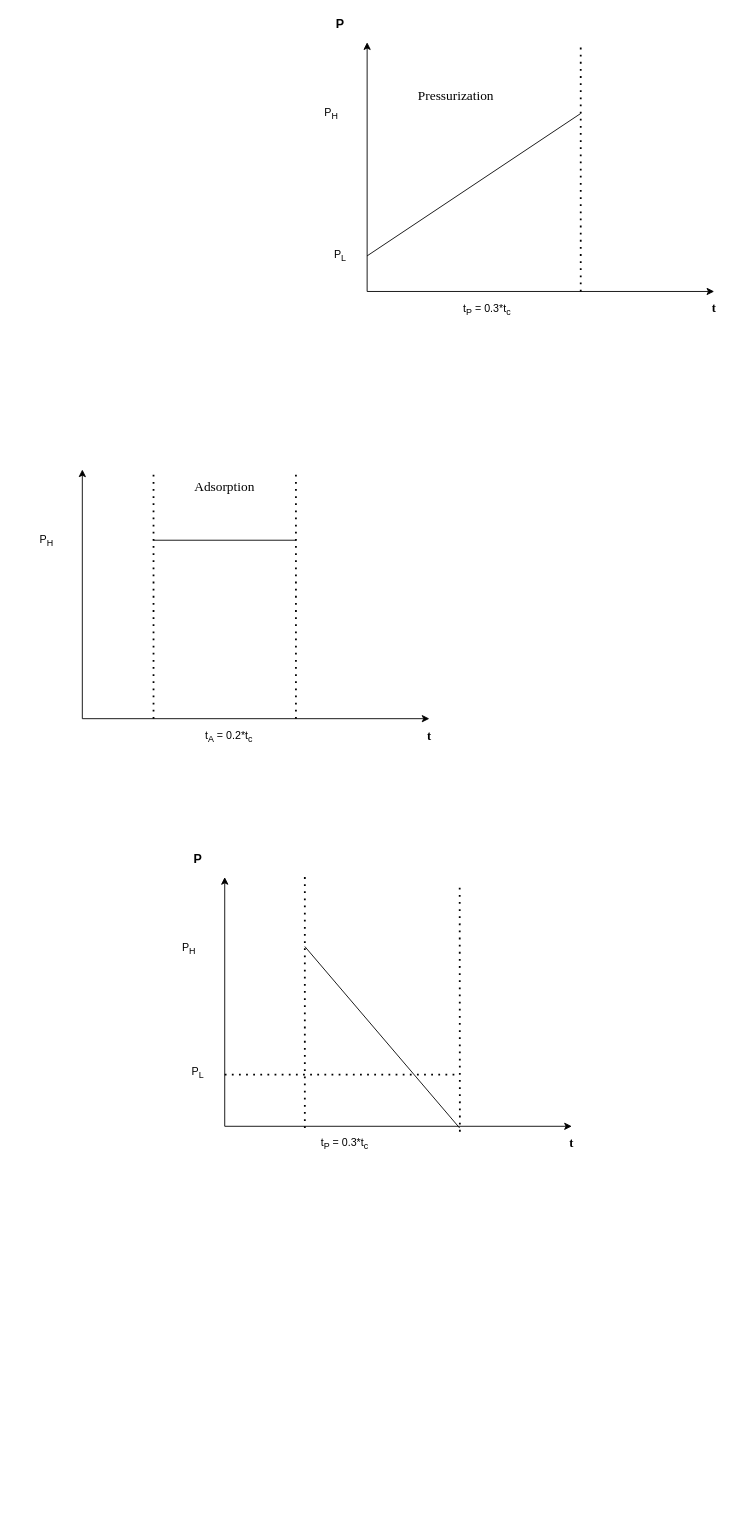
This is Untitled Diagram.drawio from Satyam52/Ait, a draw.io file, before an edit. Source tidied: cells renumbered, new cells numbered last; positions are measured from the earlier drawing's top-left corner, leaving out a move shared by most shapes. Both pictures are drawn from the tidied source at 89%, with x=0, y=0 at pixel (28, 15).
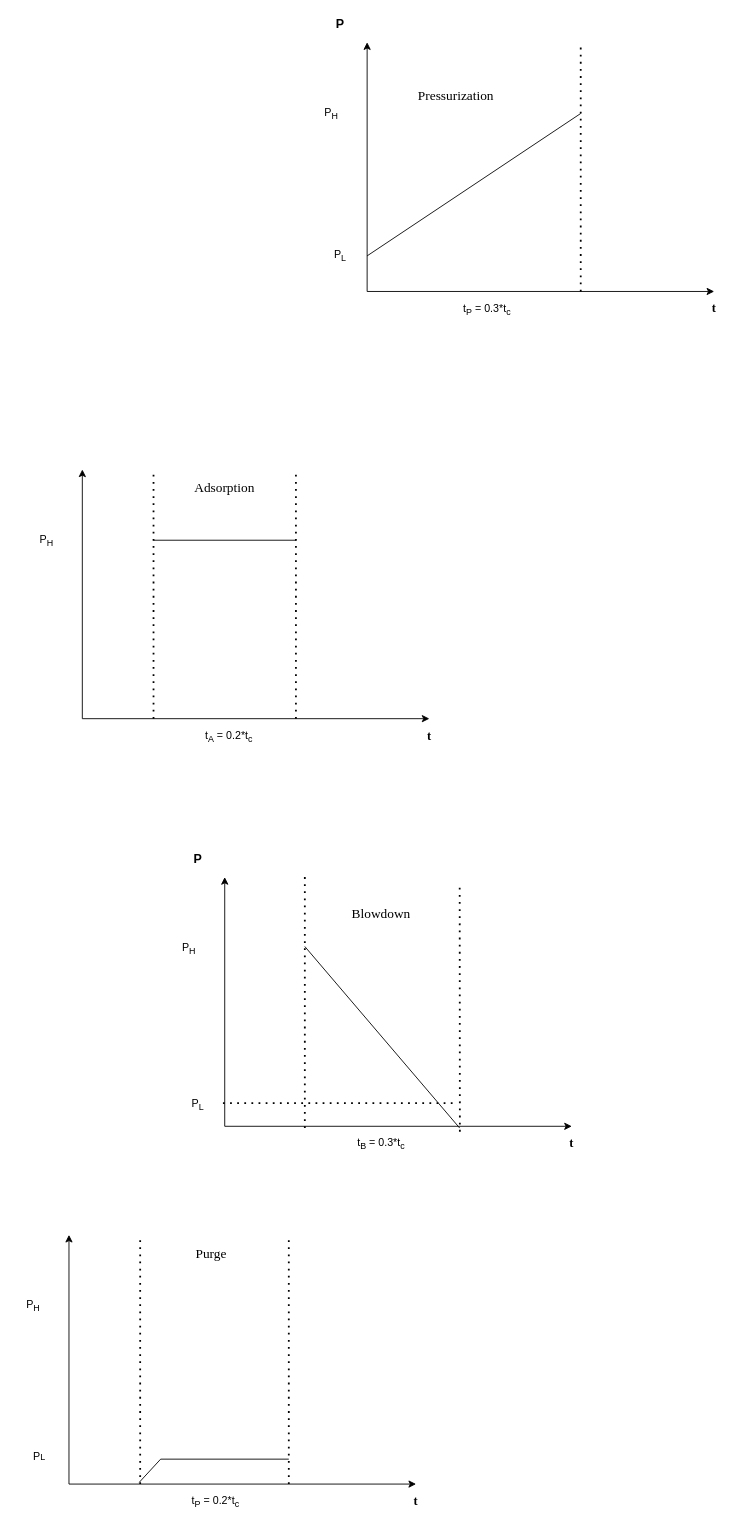
Above is the later version.

The edit, as a diff of the source:
```diff
@@
-    <mxCell id="19" value="&lt;span lang=&quot;EN&quot; style=&quot;line-height: 200%&quot;&gt;&lt;font face=&quot;Times New Roman&quot; style=&quot;font-size: 15px&quot;&gt;Adsorption&lt;/font&gt;&lt;/span&gt;" style="text;html=1;strokeColor=none;fillColor=none;align=center;verticalAlign=middle;whiteSpace=wrap;rounded=0;" parent="1" vertex="1">
+    <mxCell id="19" value="&lt;span style=&quot;font-family: &amp;#34;times new roman&amp;#34; ; font-size: 15px&quot;&gt;Adsorption&lt;/span&gt;" style="text;html=1;strokeColor=none;fillColor=none;align=center;verticalAlign=middle;whiteSpace=wrap;rounded=0;" parent="1" vertex="1">
       <mxGeometry x="200" y="520" width="40" height="20" as="geometry" />
     </mxCell>
@@
     <mxCell id="24" value="P&lt;sub&gt;L&lt;/sub&gt;" style="text;html=1;strokeColor=none;fillColor=none;align=center;verticalAlign=middle;whiteSpace=wrap;rounded=0;" parent="1" vertex="1">
-      <mxGeometry x="170" y="1178" width="40" height="20" as="geometry" />
+      <mxGeometry x="170" y="1214" width="40" height="20" as="geometry" />
     </mxCell>
@@
-    <mxCell id="26" value="t&lt;sub&gt;P&lt;/sub&gt;&amp;nbsp;= 0.3*t&lt;sub&gt;c&lt;/sub&gt;" style="text;html=1;strokeColor=none;fillColor=none;align=center;verticalAlign=middle;whiteSpace=wrap;rounded=0;" parent="1" vertex="1">
-      <mxGeometry x="310" y="1258" width="90" height="20" as="geometry" />
+    <mxCell id="26" value="t&lt;sub&gt;B&lt;/sub&gt;&amp;nbsp;= 0.3*t&lt;sub&gt;c&lt;/sub&gt;" style="text;html=1;strokeColor=none;fillColor=none;align=center;verticalAlign=middle;whiteSpace=wrap;rounded=0;" parent="1" vertex="1">
+      <mxGeometry x="351" y="1258" width="90" height="20" as="geometry" />
     </mxCell>
@@
     <mxCell id="31" style="endArrow=none;dashed=1;html=1;dashPattern=1 3;strokeWidth=2;" parent="1" edge="1">
       <mxGeometry relative="1" as="geometry">
-        <mxPoint x="220" y="1190" as="sourcePoint" />
-        <mxPoint x="484" y="1190" as="targetPoint" />
+        <mxPoint x="218" y="1222" as="sourcePoint" />
+        <mxPoint x="482" y="1222" as="targetPoint" />
       </mxGeometry>
     </mxCell>
+    <mxCell id="32" value="&lt;span style=&quot;font-family: &amp;#34;times new roman&amp;#34; ; font-size: 15px&quot;&gt;Blowdown&lt;/span&gt;" style="text;html=1;strokeColor=none;fillColor=none;align=center;verticalAlign=middle;whiteSpace=wrap;rounded=0;" parent="1" vertex="1">
+      <mxGeometry x="376" y="998" width="40" height="20" as="geometry" />
+    </mxCell>
+    <mxCell id="33" style="endArrow=classic;html=1;" parent="1" edge="1">
+      <mxGeometry relative="1" as="geometry">
+        <mxPoint x="45" y="1650" as="sourcePoint" />
+        <mxPoint x="435" y="1650" as="targetPoint" />
+      </mxGeometry>
+    </mxCell>
+    <mxCell id="34" style="endArrow=classic;html=1;" parent="1" edge="1">
+      <mxGeometry relative="1" as="geometry">
+        <mxPoint x="45" y="1650" as="sourcePoint" />
+        <mxPoint x="45" y="1370" as="targetPoint" />
+      </mxGeometry>
+    </mxCell>
+    <mxCell id="35" style="endArrow=none;dashed=1;html=1;dashPattern=1 3;strokeWidth=2;" parent="1" edge="1">
+      <mxGeometry relative="1" as="geometry">
+        <mxPoint x="125" y="1650" as="sourcePoint" />
+        <mxPoint x="125" y="1370" as="targetPoint" />
+      </mxGeometry>
+    </mxCell>
+    <mxCell id="36" value="P&lt;sub&gt;H&lt;/sub&gt;" style="text;html=1;strokeColor=none;fillColor=none;align=center;verticalAlign=middle;whiteSpace=wrap;rounded=0;" parent="1" vertex="1">
+      <mxGeometry x="-15" y="1440" width="40" height="20" as="geometry" />
+    </mxCell>
+    <mxCell id="37" value="&lt;b&gt;&lt;font face=&quot;Times New Roman&quot; style=&quot;font-size: 14px&quot;&gt;t&lt;/font&gt;&lt;/b&gt;" style="text;html=1;strokeColor=none;fillColor=none;align=center;verticalAlign=middle;whiteSpace=wrap;rounded=0;" parent="1" vertex="1">
+      <mxGeometry x="415" y="1660" width="40" height="20" as="geometry" />
+    </mxCell>
+    <mxCell id="38" style="endArrow=none;dashed=1;html=1;dashPattern=1 3;strokeWidth=2;" parent="1" edge="1">
+      <mxGeometry relative="1" as="geometry">
+        <mxPoint x="292" y="1650" as="sourcePoint" />
+        <mxPoint x="292" y="1370" as="targetPoint" />
+      </mxGeometry>
+    </mxCell>
+    <mxCell id="39" value="t&lt;sub&gt;P&lt;/sub&gt;&amp;nbsp;= 0.2*t&lt;sub&gt;c&lt;/sub&gt;" style="text;html=1;strokeColor=none;fillColor=none;align=center;verticalAlign=middle;whiteSpace=wrap;rounded=0;" parent="1" vertex="1">
+      <mxGeometry x="165" y="1660" width="90" height="20" as="geometry" />
+    </mxCell>
+    <mxCell id="40" value="&lt;span style=&quot;font-family: &amp;#34;times new roman&amp;#34; ; font-size: 15px&quot;&gt;Purge&lt;/span&gt;" style="text;html=1;strokeColor=none;fillColor=none;align=center;verticalAlign=middle;whiteSpace=wrap;rounded=0;" parent="1" vertex="1">
+      <mxGeometry x="185" y="1380" width="40" height="20" as="geometry" />
+    </mxCell>
+    <mxCell id="41" value="P&lt;span style=&quot;font-size: 10px&quot;&gt;L&lt;/span&gt;" style="text;html=1;strokeColor=none;fillColor=none;align=center;verticalAlign=middle;whiteSpace=wrap;rounded=0;" parent="1" vertex="1">
+      <mxGeometry x="-8" y="1610" width="40" height="20" as="geometry" />
+    </mxCell>
+    <mxCell id="42" style="endArrow=none;html=1;" parent="1" edge="1">
+      <mxGeometry relative="1" as="geometry">
+        <mxPoint x="124" y="1648" as="sourcePoint" />
+        <mxPoint x="148" y="1622" as="targetPoint" />
+      </mxGeometry>
+    </mxCell>
+    <mxCell id="43" style="endArrow=none;html=1;" parent="1" edge="1">
+      <mxGeometry relative="1" as="geometry">
+        <mxPoint x="148" y="1622" as="sourcePoint" />
+        <mxPoint x="292" y="1622" as="targetPoint" />
+      </mxGeometry>
+    </mxCell>
```
